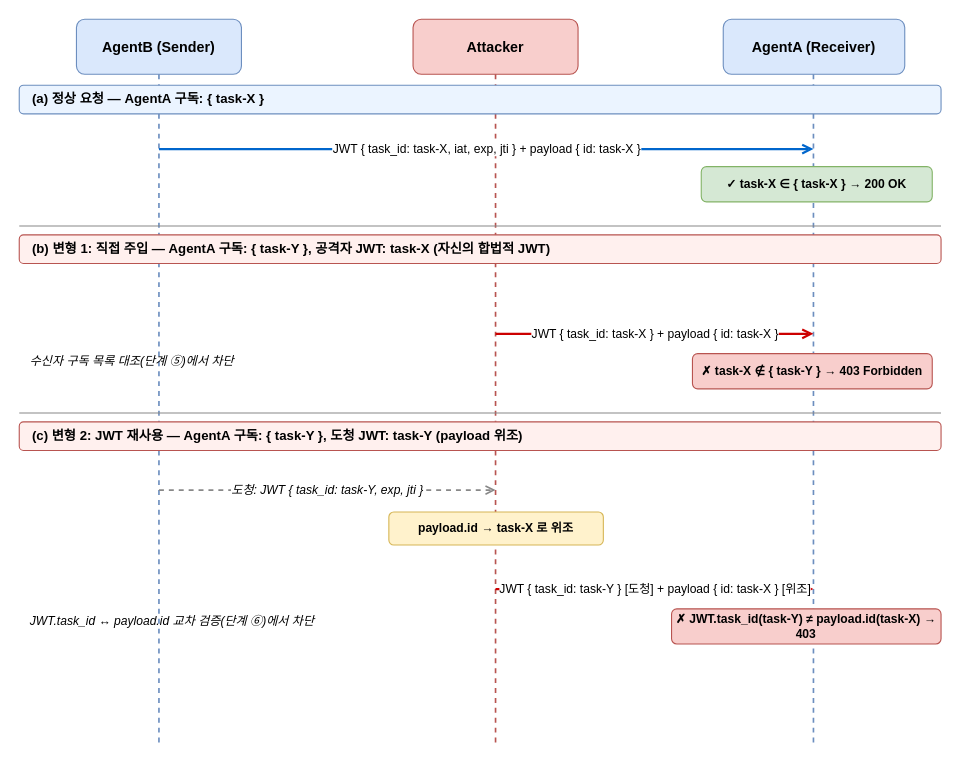
The draw.io diagram experiments/push_notification/task_misbinding_simple.drawio in 21YuJin/a2a-python, before the edit. Source tidied: cells renumbered, new cells numbered last; positions are measured from the earlier drawing's top-left corner, leaving out a move shared by most shapes. Both pictures are drawn from the tidied source at 110%, with x=0, y=0 at pixel (19, 19).
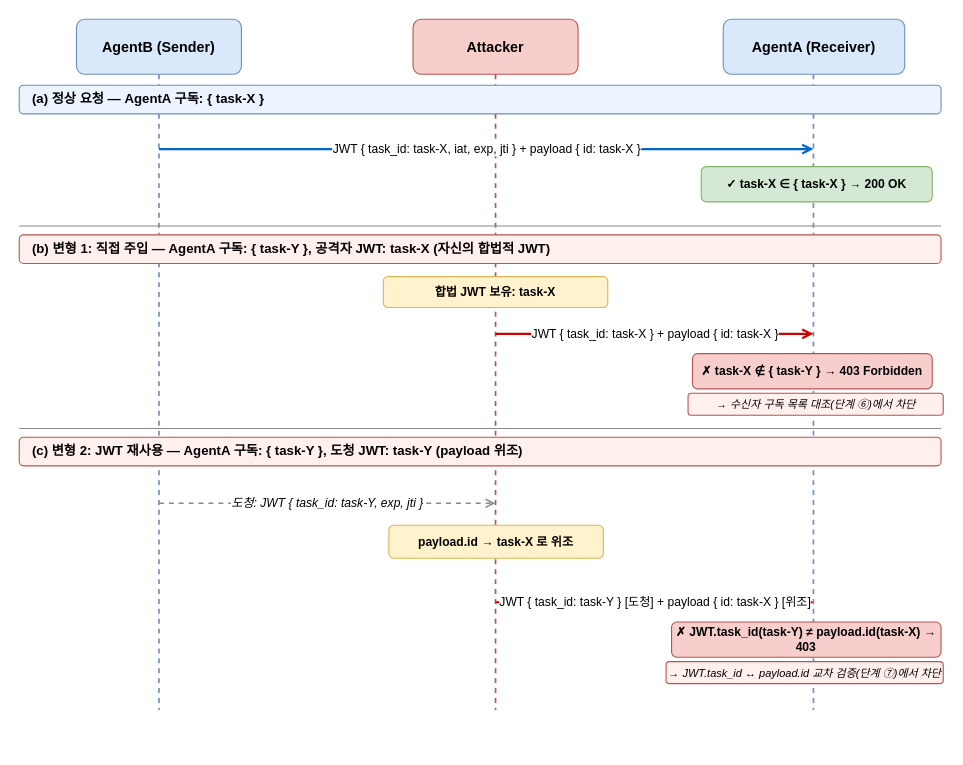
Above is the later version.

Commit message:
CHORE: modify task_misbinding_simple diagram

Diff of the diagram source:
```diff
@@
     <mxCell id="5" style="endArrow=none;dashed=1;html=1;strokeColor=#6c8ebf;strokeWidth=1.5;" parent="1" edge="1">
       <mxGeometry as="geometry">
         <mxPoint x="127" y="50" as="sourcePoint" />
-        <mxPoint x="127" y="658" as="targetPoint" />
+        <mxPoint x="127" y="628" as="targetPoint" />
       </mxGeometry>
     </mxCell>
     <mxCell id="6" style="endArrow=none;dashed=1;html=1;strokeColor=#b85450;strokeWidth=1.5;" parent="1" edge="1">
       <mxGeometry as="geometry">
         <mxPoint x="433" y="50" as="sourcePoint" />
-        <mxPoint x="433" y="658" as="targetPoint" />
+        <mxPoint x="433" y="628" as="targetPoint" />
       </mxGeometry>
     </mxCell>
     <mxCell id="7" style="endArrow=none;dashed=1;html=1;strokeColor=#6c8ebf;strokeWidth=1.5;" parent="1" edge="1">
       <mxGeometry as="geometry">
         <mxPoint x="722" y="50" as="sourcePoint" />
-        <mxPoint x="722" y="658" as="targetPoint" />
+        <mxPoint x="722" y="628" as="targetPoint" />
       </mxGeometry>
     </mxCell>
@@
+    <mxCell id="23" value="합법 JWT 보유: task-X" style="rounded=1;whiteSpace=wrap;html=1;fillColor=#fff2cc;strokeColor=#d6b656;fontSize=11;fontStyle=1;align=center;" parent="1" vertex="1">
+      <mxGeometry x="331" y="234" width="204" height="28" as="geometry" />
+    </mxCell>
@@
-    <mxCell id="15" value="수신자 구독 목록 대조(단계 ⑤)에서 차단" style="text;html=1;strokeColor=none;fillColor=none;align=left;fontSize=11;fontStyle=2;" parent="1" vertex="1">
-      <mxGeometry x="8" y="298" width="370" height="22" as="geometry" />
+    <mxCell id="15" value="→ 수신자 구독 목록 대조(단계 ⑥)에서 차단" style="text;html=1;strokeColor=#b85450;fillColor=#FFF0EE;align=center;verticalAlign=middle;fontSize=10;fontStyle=2;rounded=1;" parent="1" vertex="1">
+      <mxGeometry x="608" y="340" width="232" height="20" as="geometry" />
     </mxCell>
     <mxCell id="16" style="endArrow=none;html=1;strokeColor=#888888;strokeWidth=1;" parent="1" edge="1">
       <mxGeometry as="geometry">
-        <mxPoint y="358" as="sourcePoint" />
-        <mxPoint x="838" y="358" as="targetPoint" />
+        <mxPoint y="372" as="sourcePoint" />
+        <mxPoint x="838" y="372" as="targetPoint" />
       </mxGeometry>
     </mxCell>
     <mxCell id="17" value="(c)  변형 2: JWT 재사용  —  AgentA 구독: { task-Y },  도청 JWT: task-Y  (payload 위조)" style="text;html=1;strokeColor=#b85450;fillColor=#FFF0EE;align=left;verticalAlign=middle;spacingLeft=10;fontSize=12;fontStyle=1;rounded=1;" parent="1" vertex="1">
-      <mxGeometry y="366" width="838" height="26" as="geometry" />
+      <mxGeometry y="380" width="838" height="26" as="geometry" />
     </mxCell>
     <mxCell id="18" value="도청: JWT { task_id: task-Y, exp, jti }" style="html=1;strokeWidth=1.5;strokeColor=#888888;dashed=1;fontSize=11;align=center;labelBackgroundColor=#FFFFFF;endArrow=open;endFill=1;fontStyle=2;" parent="1" edge="1">
       <mxGeometry as="geometry">
-        <mxPoint x="127" y="428" as="sourcePoint" />
-        <mxPoint x="433" y="428" as="targetPoint" />
+        <mxPoint x="127" y="440" as="sourcePoint" />
+        <mxPoint x="433" y="440" as="targetPoint" />
       </mxGeometry>
     </mxCell>
     <mxCell id="19" value="payload.id → task-X 로 위조" style="rounded=1;whiteSpace=wrap;html=1;fillColor=#fff2cc;strokeColor=#d6b656;fontSize=11;fontStyle=1;align=center;" parent="1" vertex="1">
-      <mxGeometry x="336" y="448" width="195" height="30" as="geometry" />
+      <mxGeometry x="336" y="460" width="195" height="30" as="geometry" />
     </mxCell>
     <mxCell id="20" value="JWT { task_id: task-Y } [도청]  +  payload { id: task-X } [위조]" style="html=1;strokeWidth=2;strokeColor=#CC0000;fontSize=11;align=center;labelBackgroundColor=#FFFFFF;endArrow=open;endFill=1;" parent="1" edge="1">
       <mxGeometry as="geometry">
-        <mxPoint x="433" y="518" as="sourcePoint" />
-        <mxPoint x="722" y="518" as="targetPoint" />
+        <mxPoint x="433" y="530" as="sourcePoint" />
+        <mxPoint x="722" y="530" as="targetPoint" />
       </mxGeometry>
     </mxCell>
     <mxCell id="21" value="✗  JWT.task_id(task-Y) ≠ payload.id(task-X)  →  403" style="rounded=1;whiteSpace=wrap;html=1;fillColor=#f8cecc;strokeColor=#b85450;fontSize=11;fontStyle=1;align=center;" parent="1" vertex="1">
-      <mxGeometry x="593" y="536" width="245" height="32" as="geometry" />
+      <mxGeometry x="593" y="548" width="245" height="32" as="geometry" />
     </mxCell>
-    <mxCell id="22" value="JWT.task_id ↔ payload.id 교차 검증(단계 ⑥)에서 차단" style="text;html=1;strokeColor=none;fillColor=none;align=left;fontSize=11;fontStyle=2;" parent="1" vertex="1">
-      <mxGeometry x="8" y="534" width="420" height="22" as="geometry" />
+    <mxCell id="22" value="→ JWT.task_id ↔ payload.id 교차 검증(단계 ⑦)에서 차단" style="text;html=1;strokeColor=#b85450;fillColor=#FFF0EE;align=center;verticalAlign=middle;fontSize=10;fontStyle=2;rounded=1;" parent="1" vertex="1">
+      <mxGeometry x="588" y="584" width="252" height="20" as="geometry" />
     </mxCell>
```
